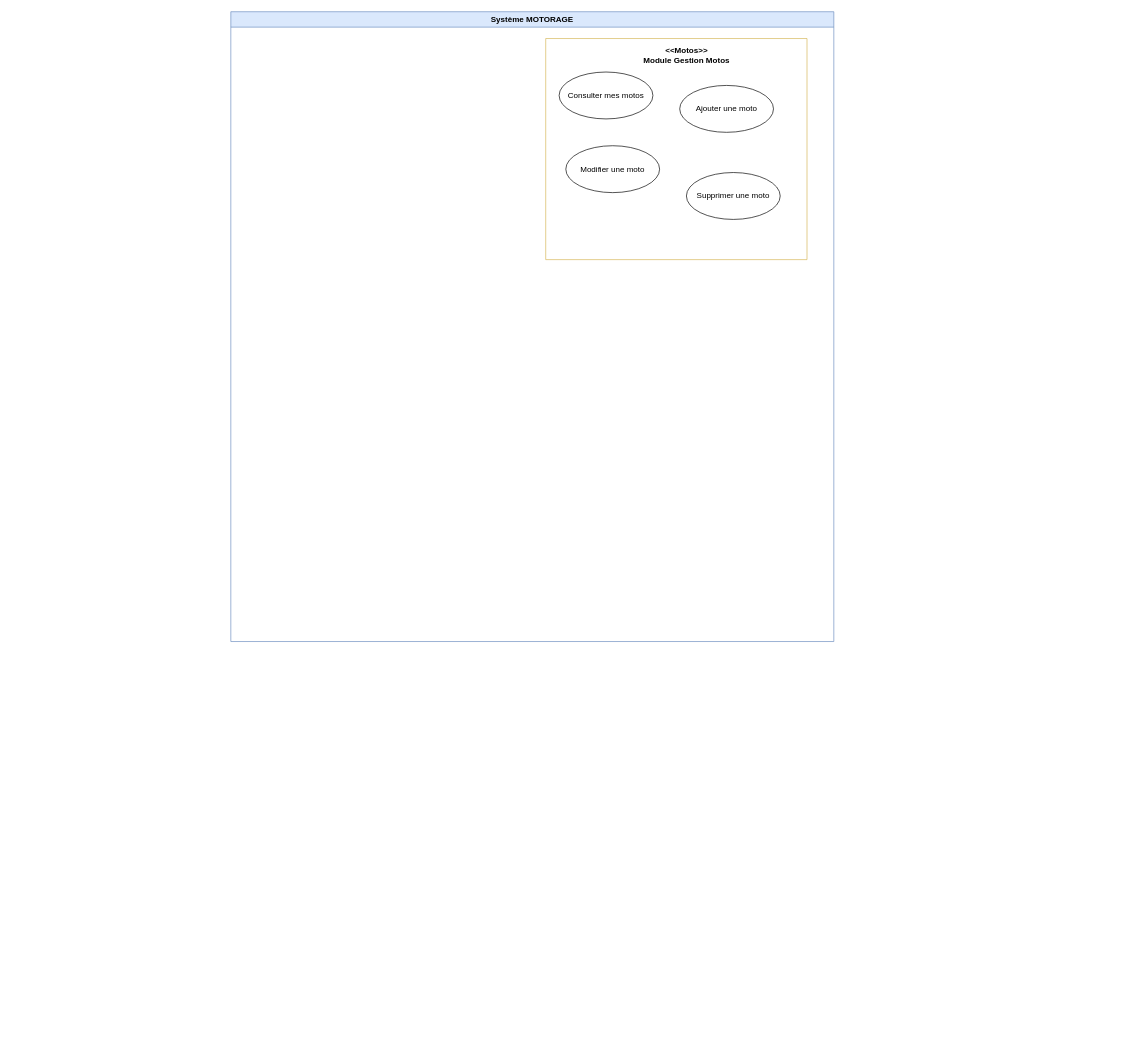
Above: page "usecases" (1 of 2) of docs/uml/usecases/Usecase Diagram.drawio in Profzen/motorage-web (draw.io), before the change. Source tidied: cells renumbered, new cells numbered last; positions are measured from the earlier drawing's top-left corner, leaving out a move shared by most shapes. Both pictures are drawn from the tidied source at 67%, with x=0, y=0 at pixel (230, 11).
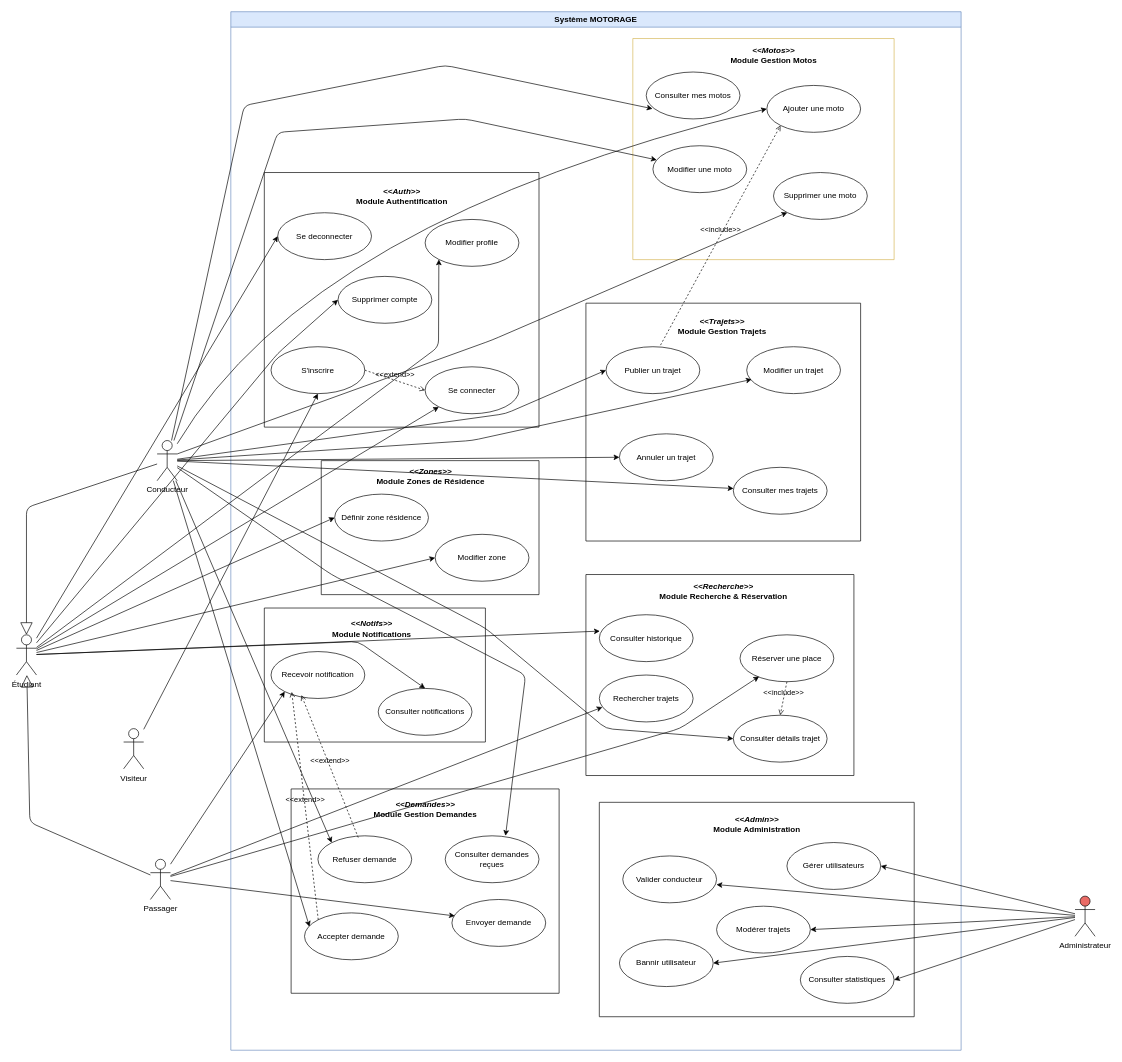
The same page after the edit.

The change refers to these unchanged cells:
```xml
<mxCell id="5" value="Consulter mes motos" style="ellipse;whiteSpace=wrap;html=1;" parent="3" vertex="1">
  <mxGeometry x="20" y="50" width="140" height="70" as="geometry" />
</mxCell>
<mxCell id="6" value="Ajouter une moto" style="ellipse;whiteSpace=wrap;html=1;" parent="3" vertex="1">
  <mxGeometry x="200" y="70" width="140" height="70" as="geometry" />
</mxCell>
<mxCell id="7" value="Modifier une moto" style="ellipse;whiteSpace=wrap;html=1;" parent="3" vertex="1">
  <mxGeometry x="30" y="160" width="140" height="70" as="geometry" />
</mxCell>
<mxCell id="8" value="Supprimer une moto" style="ellipse;whiteSpace=wrap;html=1;" parent="3" vertex="1">
  <mxGeometry x="210" y="200" width="140" height="70" as="geometry" />
</mxCell>
```

What changed in the source:
```diff
@@
     <mxCell id="2" value="Système MOTORAGE" style="swimlane;whiteSpace=wrap;html=1;startSize=23;fillColor=#dae8fc;strokeColor=#6c8ebf;" parent="1" vertex="1">
-      <mxGeometry width="900" height="940" as="geometry" />
+      <mxGeometry width="1090" height="1550" as="geometry" />
     </mxCell>
     <mxCell id="3" style="swimlane;startSize=0;glass=0;fillColor=#fff2cc;strokeColor=#d6b656;" parent="2" vertex="1">
-      <mxGeometry x="470" y="40" width="390" height="330" as="geometry" />
+      <mxGeometry x="600" y="40" width="390" height="330" as="geometry" />
     </mxCell>
-    <mxCell id="4" value="&amp;lt;&amp;lt;Motos&amp;gt;&amp;gt;&lt;br&gt;Module Gestion Motos" style="text;align=center;fontStyle=1;verticalAlign=middle;spacingLeft=3;spacingRight=3;strokeColor=none;html=1;" parent="3" vertex="1">
+    <mxCell id="4" value="&lt;i&gt;&amp;lt;&amp;lt;Motos&amp;gt;&amp;gt;&lt;/i&gt;&lt;br&gt;Module Gestion Motos" style="text;align=center;fontStyle=1;verticalAlign=middle;spacingLeft=3;spacingRight=3;strokeColor=none;html=1;" parent="3" vertex="1">
       <mxGeometry x="140" y="10" width="140" height="30" as="geometry" />
     </mxCell>
@@
+    <mxCell id="9" style="swimlane;startSize=0;" parent="2" vertex="1">
+      <mxGeometry x="50" y="240" width="410" height="380" as="geometry" />
+    </mxCell>
+    <mxCell id="10" value="&lt;i&gt;&amp;lt;&amp;lt;Auth&amp;gt;&amp;gt;&lt;/i&gt;&lt;br&gt;Module Authentification" style="text;align=center;fontStyle=1;verticalAlign=middle;spacingLeft=3;spacingRight=3;strokeColor=none;html=1;" parent="9" vertex="1">
+      <mxGeometry x="125" y="21" width="160" height="28" as="geometry" />
+    </mxCell>
+    <mxCell id="11" value="Se deconnecter" style="ellipse;whiteSpace=wrap;html=1;" parent="9" vertex="1">
+      <mxGeometry x="20" y="60" width="140" height="70" as="geometry" />
+    </mxCell>
+    <mxCell id="12" value="Supprimer compte" style="ellipse;whiteSpace=wrap;html=1;" parent="9" vertex="1">
+      <mxGeometry x="110" y="155" width="140" height="70" as="geometry" />
+    </mxCell>
+    <mxCell id="13" value="S'inscrire" style="ellipse;whiteSpace=wrap;html=1;" parent="9" vertex="1">
+      <mxGeometry x="10" y="260" width="140" height="70" as="geometry" />
+    </mxCell>
+    <mxCell id="14" value="Modifier profile" style="ellipse;whiteSpace=wrap;html=1;" parent="9" vertex="1">
+      <mxGeometry x="240" y="70" width="140" height="70" as="geometry" />
+    </mxCell>
+    <mxCell id="15" value="Se connecter" style="ellipse;whiteSpace=wrap;html=1;" parent="9" vertex="1">
+      <mxGeometry x="240" y="290" width="140" height="70" as="geometry" />
+    </mxCell>
+    <mxCell id="16" value="&amp;lt;&amp;lt;extend&amp;gt;&amp;gt;" style="html=1;verticalAlign=bottom;labelBackgroundColor=none;endArrow=open;endFill=0;dashed=1;rounded=0;entryX=0;entryY=0.5;entryDx=0;entryDy=0;exitX=1;exitY=0.5;exitDx=0;exitDy=0;" parent="9" edge="1" source="13" target="15">
+      <mxGeometry relative="1" as="geometry" />
+    </mxCell>
+    <mxCell id="17" style="swimlane;startSize=0;" parent="2" vertex="1">
+      <mxGeometry x="530" y="435" width="410" height="355" as="geometry" />
+    </mxCell>
+    <mxCell id="18" value="&lt;i&gt;&amp;lt;&amp;lt;Trajets&amp;gt;&amp;gt;&lt;/i&gt;&lt;div&gt;Module Gestion Trajets&lt;/div&gt;" style="text;align=center;fontStyle=1;verticalAlign=middle;spacingLeft=3;spacingRight=3;strokeColor=none;html=1;" parent="17" vertex="1">
+      <mxGeometry x="125" y="22" width="155" height="26" as="geometry" />
+    </mxCell>
+    <mxCell id="19" value="Publier un trajet" style="ellipse;whiteSpace=wrap;html=1;" parent="17" vertex="1">
+      <mxGeometry x="30" y="65" width="140" height="70" as="geometry" />
+    </mxCell>
+    <mxCell id="20" value="Annuler un trajet" style="ellipse;whiteSpace=wrap;html=1;" parent="17" vertex="1">
+      <mxGeometry x="50" y="195" width="140" height="70" as="geometry" />
+    </mxCell>
+    <mxCell id="21" value="Modifier un trajet" style="ellipse;whiteSpace=wrap;html=1;" parent="17" vertex="1">
+      <mxGeometry x="240" y="65" width="140" height="70" as="geometry" />
+    </mxCell>
+    <mxCell id="22" value="Consulter mes trajets" style="ellipse;whiteSpace=wrap;html=1;" parent="17" vertex="1">
+      <mxGeometry x="220" y="245" width="140" height="70" as="geometry" />
+    </mxCell>
+    <mxCell id="23" style="swimlane;startSize=0;" parent="2" vertex="1">
+      <mxGeometry x="135" y="670" width="325" height="200" as="geometry" />
+    </mxCell>
+    <mxCell id="24" value="&lt;i&gt;&amp;lt;&amp;lt;Zones&amp;gt;&amp;gt;&lt;/i&gt;&lt;div&gt;Module Zones de Résidence&lt;/div&gt;" style="text;align=center;fontStyle=1;verticalAlign=middle;spacingLeft=3;spacingRight=3;strokeColor=none;html=1;" parent="23" vertex="1">
+      <mxGeometry x="74" y="10" width="177" height="26" as="geometry" />
+    </mxCell>
+    <mxCell id="25" value="Définir zone résidence" style="ellipse;whiteSpace=wrap;html=1;" parent="23" vertex="1">
+      <mxGeometry x="20" y="50" width="140" height="70" as="geometry" />
+    </mxCell>
+    <mxCell id="26" value="Modifier zone" style="ellipse;whiteSpace=wrap;html=1;" parent="23" vertex="1">
+      <mxGeometry x="170" y="110" width="140" height="70" as="geometry" />
+    </mxCell>
+    <mxCell id="27" style="swimlane;startSize=0;" parent="2" vertex="1">
+      <mxGeometry x="530" y="840" width="400" height="300" as="geometry" />
+    </mxCell>
+    <mxCell id="28" value="&lt;i&gt;&amp;lt;&amp;lt;Recherche&amp;gt;&amp;gt;&lt;/i&gt;&lt;div&gt;Module Recherche &amp;amp; Réservation&lt;/div&gt;" style="text;align=center;fontStyle=1;verticalAlign=middle;spacingLeft=3;spacingRight=3;strokeColor=none;html=1;" parent="27" vertex="1">
+      <mxGeometry x="102.5" y="10" width="205" height="30" as="geometry" />
+    </mxCell>
+    <mxCell id="29" value="Consulter historique" style="ellipse;whiteSpace=wrap;html=1;" parent="27" vertex="1">
+      <mxGeometry x="20" y="60" width="140" height="70" as="geometry" />
+    </mxCell>
+    <mxCell id="30" value="Rechercher trajets" style="ellipse;whiteSpace=wrap;html=1;" parent="27" vertex="1">
+      <mxGeometry x="20" y="150" width="140" height="70" as="geometry" />
+    </mxCell>
+    <mxCell id="31" value="Consulter détails trajet" style="ellipse;whiteSpace=wrap;html=1;" parent="27" vertex="1">
+      <mxGeometry x="220" y="210" width="140" height="70" as="geometry" />
+    </mxCell>
+    <mxCell id="32" value="Réserver une place" style="ellipse;whiteSpace=wrap;html=1;" parent="27" vertex="1">
+      <mxGeometry x="230" y="90" width="140" height="70" as="geometry" />
+    </mxCell>
+    <mxCell id="33" value="&amp;lt;&amp;lt;include&amp;gt;&amp;gt;" style="html=1;verticalAlign=bottom;labelBackgroundColor=none;endArrow=open;endFill=0;dashed=1;rounded=0;exitX=0.5;exitY=1;exitDx=0;exitDy=0;entryX=0.5;entryY=0;entryDx=0;entryDy=0;" parent="27" edge="1" source="32" target="31">
+      <mxGeometry relative="1" as="geometry" />
+    </mxCell>
+    <mxCell id="34" style="swimlane;startSize=0;" parent="2" vertex="1">
+      <mxGeometry x="90" y="1160" width="400" height="305" as="geometry" />
+    </mxCell>
+    <mxCell id="35" value="&lt;i&gt;&amp;lt;&amp;lt;Demandes&amp;gt;&amp;gt;&lt;/i&gt;&lt;div&gt;Module Gestion Demandes&lt;/div&gt;" style="text;align=center;fontStyle=1;verticalAlign=middle;spacingLeft=3;spacingRight=3;strokeColor=none;html=1;" parent="34" vertex="1">
+      <mxGeometry x="110" y="17" width="180" height="26" as="geometry" />
+    </mxCell>
+    <mxCell id="36" value="Refuser demande" style="ellipse;whiteSpace=wrap;html=1;" parent="34" vertex="1">
+      <mxGeometry x="40" y="70" width="140" height="70" as="geometry" />
+    </mxCell>
+    <mxCell id="37" value="Accepter demande" style="ellipse;whiteSpace=wrap;html=1;" parent="34" vertex="1">
+      <mxGeometry x="20" y="185" width="140" height="70" as="geometry" />
+    </mxCell>
+    <mxCell id="38" value="Consulter demandes reçues" style="ellipse;whiteSpace=wrap;html=1;" parent="34" vertex="1">
+      <mxGeometry x="230" y="70" width="140" height="70" as="geometry" />
+    </mxCell>
+    <mxCell id="39" value="Envoyer demande" style="ellipse;whiteSpace=wrap;html=1;" parent="34" vertex="1">
+      <mxGeometry x="240" y="165" width="140" height="70" as="geometry" />
+    </mxCell>
+    <mxCell id="40" style="swimlane;startSize=0;" parent="2" vertex="1">
+      <mxGeometry x="50" y="890" width="330" height="200" as="geometry" />
+    </mxCell>
+    <mxCell id="41" value="&lt;i&gt;&amp;lt;&amp;lt;Notifs&amp;gt;&amp;gt;&lt;/i&gt;&lt;div&gt;Module Notifications&lt;/div&gt;" style="text;align=center;fontStyle=1;verticalAlign=middle;spacingLeft=3;spacingRight=3;strokeColor=none;html=1;" parent="40" vertex="1">
+      <mxGeometry x="92.5" y="15" width="135" height="31" as="geometry" />
+    </mxCell>
+    <mxCell id="42" value="Recevoir notification" style="ellipse;whiteSpace=wrap;html=1;" parent="40" vertex="1">
+      <mxGeometry x="10" y="65" width="140" height="70" as="geometry" />
+    </mxCell>
+    <mxCell id="43" value="Consulter notifications" style="ellipse;whiteSpace=wrap;html=1;" parent="40" vertex="1">
+      <mxGeometry x="170" y="120" width="140" height="70" as="geometry" />
+    </mxCell>
+    <mxCell id="44" style="swimlane;startSize=0;" parent="2" vertex="1">
+      <mxGeometry x="550" y="1180" width="470" height="320" as="geometry" />
+    </mxCell>
+    <mxCell id="45" value="&lt;i&gt;&amp;lt;&amp;lt;Admin&amp;gt;&amp;gt;&lt;/i&gt;&lt;div&gt;Module Administration&lt;/div&gt;" style="text;align=center;fontStyle=1;verticalAlign=middle;spacingLeft=3;spacingRight=3;strokeColor=none;html=1;" parent="44" vertex="1">
+      <mxGeometry x="155" y="20" width="160" height="26" as="geometry" />
+    </mxCell>
+    <mxCell id="46" value="Valider conducteur" style="ellipse;whiteSpace=wrap;html=1;" parent="44" vertex="1">
+      <mxGeometry x="35" y="80" width="140" height="70" as="geometry" />
+    </mxCell>
+    <mxCell id="47" value="Bannir utilisateur" style="ellipse;whiteSpace=wrap;html=1;" parent="44" vertex="1">
+      <mxGeometry x="30" y="205" width="140" height="70" as="geometry" />
+    </mxCell>
+    <mxCell id="48" value="Modérer trajets" style="ellipse;whiteSpace=wrap;html=1;" parent="44" vertex="1">
+      <mxGeometry x="175" y="155" width="140" height="70" as="geometry" />
+    </mxCell>
+    <mxCell id="49" value="Consulter statistiques" style="ellipse;whiteSpace=wrap;html=1;" parent="44" vertex="1">
+      <mxGeometry x="300" y="230" width="140" height="70" as="geometry" />
+    </mxCell>
+    <mxCell id="50" value="Gérer utilisateurs" style="ellipse;whiteSpace=wrap;html=1;" parent="44" vertex="1">
+      <mxGeometry x="280" y="60" width="140" height="70" as="geometry" />
+    </mxCell>
+    <mxCell id="51" value="&amp;lt;&amp;lt;include&amp;gt;&amp;gt;" style="html=1;verticalAlign=bottom;labelBackgroundColor=none;endArrow=open;endFill=0;dashed=1;rounded=0;exitX=0.581;exitY=-0.034;exitDx=0;exitDy=0;exitPerimeter=0;entryX=0;entryY=1;entryDx=0;entryDy=0;" parent="2" edge="1" source="19" target="6">
+      <mxGeometry relative="1" as="geometry" />
+    </mxCell>
+    <mxCell id="52" value="&amp;lt;&amp;lt;extend&amp;gt;&amp;gt;" style="html=1;verticalAlign=bottom;labelBackgroundColor=none;endArrow=open;endFill=0;dashed=1;rounded=0;exitX=0.43;exitY=0.037;exitDx=0;exitDy=0;exitPerimeter=0;entryX=0.324;entryY=0.929;entryDx=0;entryDy=0;entryPerimeter=0;" parent="2" edge="1" source="36" target="42">
+      <mxGeometry relative="1" as="geometry" />
+    </mxCell>
+    <mxCell id="53" value="&amp;lt;&amp;lt;extend&amp;gt;&amp;gt;" style="html=1;verticalAlign=bottom;labelBackgroundColor=none;endArrow=open;endFill=0;dashed=1;rounded=0;exitX=0;exitY=0;exitDx=0;exitDy=0;entryX=0.221;entryY=0.86;entryDx=0;entryDy=0;entryPerimeter=0;" parent="2" edge="1" source="37" target="42">
+      <mxGeometry relative="1" as="geometry" />
+    </mxCell>
+    <mxCell id="54" value="Administrateur" style="shape=umlActor;verticalLabelPosition=bottom;verticalAlign=top;html=1;fillColor=#EA6B66;" parent="1" vertex="1">
+      <mxGeometry x="1260" y="1320" width="30" height="60" as="geometry" />
+    </mxCell>
+    <mxCell id="55" style="endArrow=classic;html=1;rounded=0;entryX=1;entryY=0.5;entryDx=0;entryDy=0;" parent="1" edge="1" source="54" target="50">
+      <mxGeometry relative="1" as="geometry" />
+    </mxCell>
+    <mxCell id="56" style="endArrow=classic;html=1;rounded=0;entryX=1;entryY=0.5;entryDx=0;entryDy=0;" parent="1" edge="1" source="54" target="48">
+      <mxGeometry relative="1" as="geometry" />
+    </mxCell>
+    <mxCell id="57" style="endArrow=classic;html=1;rounded=0;entryX=1;entryY=0.5;entryDx=0;entryDy=0;" parent="1" edge="1" source="54" target="49">
+      <mxGeometry relative="1" as="geometry" />
+    </mxCell>
+    <mxCell id="58" style="endArrow=classic;html=1;rounded=0;entryX=1;entryY=0.5;entryDx=0;entryDy=0;" parent="1" edge="1" source="54" target="47">
+      <mxGeometry relative="1" as="geometry" />
+    </mxCell>
+    <mxCell id="59" style="endArrow=classic;html=1;rounded=0;entryX=0.999;entryY=0.611;entryDx=0;entryDy=0;entryPerimeter=0;" parent="1" edge="1" source="54" target="46">
+      <mxGeometry relative="1" as="geometry" />
+    </mxCell>
+    <mxCell id="60" value="Étudiant" style="shape=umlActor;verticalLabelPosition=bottom;verticalAlign=top;html=1;outlineConnect=0;" parent="1" vertex="1">
+      <mxGeometry x="-320" y="930" width="30" height="60" as="geometry" />
+    </mxCell>
+    <mxCell id="61" value="Visiteur" style="shape=umlActor;verticalLabelPosition=bottom;verticalAlign=top;html=1;outlineConnect=0;" parent="1" vertex="1">
+      <mxGeometry x="-160" y="1070" width="30" height="60" as="geometry" />
+    </mxCell>
+    <mxCell id="62" value="Conducteur" style="shape=umlActor;verticalLabelPosition=bottom;verticalAlign=top;html=1;outlineConnect=0;" parent="1" vertex="1">
+      <mxGeometry x="-110" y="640" width="30" height="60" as="geometry" />
+    </mxCell>
+    <mxCell id="63" value="Passager" style="shape=umlActor;verticalLabelPosition=bottom;verticalAlign=top;html=1;outlineConnect=0;" parent="1" vertex="1">
+      <mxGeometry x="-120" y="1265" width="30" height="60" as="geometry" />
+    </mxCell>
+    <mxCell id="64" style="endArrow=block;endSize=16;endFill=0;html=1;rounded=1;curved=0;" parent="1" edge="1" source="63" target="60">
+      <mxGeometry relative="1" as="geometry">
+        <Array as="points">
+          <mxPoint x="-300" y="1210" />
+        </Array>
+      </mxGeometry>
+    </mxCell>
+    <mxCell id="65" style="endArrow=block;endSize=16;endFill=0;html=1;rounded=1;curved=0;" parent="1" edge="1" source="62" target="60">
+      <mxGeometry relative="1" as="geometry">
+        <Array as="points">
+          <mxPoint x="-305" y="740" />
+        </Array>
+      </mxGeometry>
+    </mxCell>
+    <mxCell id="66" style="endArrow=classic;html=1;rounded=1;entryX=0;entryY=0.5;entryDx=0;entryDy=0;curved=0;" parent="1" edge="1" source="62" target="19">
+      <mxGeometry relative="1" as="geometry">
+        <Array as="points">
+          <mxPoint x="410" y="600" />
+        </Array>
+      </mxGeometry>
+    </mxCell>
+    <mxCell id="67" style="endArrow=classic;html=1;rounded=0;entryX=0;entryY=0.5;entryDx=0;entryDy=0;" parent="1" edge="1" target="20">
+      <mxGeometry relative="1" as="geometry">
+        <mxPoint x="-80" y="670" as="sourcePoint" />
+      </mxGeometry>
+    </mxCell>
+    <mxCell id="68" style="endArrow=classic;html=1;rounded=0;" parent="1" edge="1" source="62" target="22">
+      <mxGeometry relative="1" as="geometry" />
+    </mxCell>
+    <mxCell id="69" style="endArrow=classic;html=1;rounded=1;curved=0;" parent="1" edge="1" source="62" target="7">
+      <mxGeometry relative="1" as="geometry">
+        <Array as="points">
+          <mxPoint x="70" y="180" />
+          <mxPoint x="350" y="160" />
+        </Array>
+      </mxGeometry>
+    </mxCell>
+    <mxCell id="70" style="endArrow=classic;html=1;rounded=1;entryX=0.067;entryY=0.783;entryDx=0;entryDy=0;entryPerimeter=0;curved=0;" parent="1" edge="1" source="62" target="5">
+      <mxGeometry relative="1" as="geometry">
+        <Array as="points">
+          <mxPoint x="20" y="140" />
+          <mxPoint x="320" y="80" />
+        </Array>
+      </mxGeometry>
+    </mxCell>
+    <mxCell id="71" style="endArrow=classic;html=1;rounded=0;entryX=0;entryY=0.5;entryDx=0;entryDy=0;curved=1;" parent="1" edge="1" source="62" target="6">
+      <mxGeometry relative="1" as="geometry">
+        <Array as="points">
+          <mxPoint x="120" y="310" />
+        </Array>
+      </mxGeometry>
+    </mxCell>
+    <mxCell id="72" style="endArrow=classic;html=1;rounded=1;entryX=0;entryY=1;entryDx=0;entryDy=0;exitX=1;exitY=0.3333333333333333;exitDx=0;exitDy=0;exitPerimeter=0;curved=0;" parent="1" edge="1" source="62" target="8">
+      <mxGeometry relative="1" as="geometry">
+        <Array as="points">
+          <mxPoint x="390" y="490" />
+        </Array>
+      </mxGeometry>
+    </mxCell>
+    <mxCell id="73" style="endArrow=classic;html=1;rounded=1;entryX=0.053;entryY=0.697;entryDx=0;entryDy=0;entryPerimeter=0;curved=0;" parent="1" edge="1" source="62" target="21">
+      <mxGeometry relative="1" as="geometry">
+        <Array as="points">
+          <mxPoint x="360" y="640" />
+        </Array>
+      </mxGeometry>
+    </mxCell>
+    <mxCell id="74" style="endArrow=classic;html=1;rounded=0;entryX=0;entryY=0;entryDx=0;entryDy=0;" parent="1" edge="1" source="62" target="36">
+      <mxGeometry relative="1" as="geometry" />
+    </mxCell>
+    <mxCell id="75" style="endArrow=classic;html=1;rounded=1;entryX=0.643;entryY=0;entryDx=0;entryDy=0;entryPerimeter=0;curved=0;" parent="1" edge="1" source="62" target="38">
+      <mxGeometry relative="1" as="geometry">
+        <Array as="points">
+          <mxPoint x="150" y="840" />
+          <mxPoint x="440" y="990" />
+        </Array>
+      </mxGeometry>
+    </mxCell>
+    <mxCell id="76" style="endArrow=classic;html=1;rounded=0;entryX=0.053;entryY=0.294;entryDx=0;entryDy=0;entryPerimeter=0;" parent="1" edge="1" source="62" target="37">
+      <mxGeometry relative="1" as="geometry" />
+    </mxCell>
+    <mxCell id="77" style="endArrow=classic;html=1;rounded=1;entryX=0;entryY=0.5;entryDx=0;entryDy=0;curved=0;" parent="1" edge="1" source="62" target="31">
+      <mxGeometry relative="1" as="geometry">
+        <Array as="points">
+          <mxPoint x="380" y="920" />
+          <mxPoint x="560" y="1070" />
+        </Array>
+      </mxGeometry>
+    </mxCell>
+    <mxCell id="78" style="endArrow=classic;html=1;rounded=0;entryX=0.5;entryY=1;entryDx=0;entryDy=0;" parent="1" edge="1" source="61" target="13">
+      <mxGeometry relative="1" as="geometry" />
+    </mxCell>
+    <mxCell id="79" style="endArrow=classic;html=1;rounded=0;entryX=0.033;entryY=0.685;entryDx=0;entryDy=0;entryPerimeter=0;" parent="1" edge="1" source="63" target="30">
+      <mxGeometry relative="1" as="geometry" />
+    </mxCell>
+    <mxCell id="80" style="endArrow=classic;html=1;rounded=1;entryX=0.203;entryY=0.889;entryDx=0;entryDy=0;entryPerimeter=0;curved=0;" parent="1" edge="1" source="63" target="32">
+      <mxGeometry relative="1" as="geometry">
+        <Array as="points">
+          <mxPoint x="670" y="1070" />
+        </Array>
+      </mxGeometry>
+    </mxCell>
+    <mxCell id="81" style="endArrow=classic;html=1;rounded=0;entryX=0.031;entryY=0.351;entryDx=0;entryDy=0;entryPerimeter=0;" parent="1" edge="1" source="63" target="39">
+      <mxGeometry relative="1" as="geometry" />
+    </mxCell>
+    <mxCell id="82" style="endArrow=classic;html=1;rounded=0;entryX=0;entryY=1;entryDx=0;entryDy=0;" parent="1" edge="1" source="63" target="42">
+      <mxGeometry relative="1" as="geometry" />
+    </mxCell>
+    <mxCell id="83" style="endArrow=classic;html=1;rounded=0;entryX=0;entryY=0.5;entryDx=0;entryDy=0;" parent="1" edge="1" source="60" target="11">
+      <mxGeometry relative="1" as="geometry" />
+    </mxCell>
+    <mxCell id="84" style="endArrow=classic;html=1;rounded=1;entryX=0;entryY=0.5;entryDx=0;entryDy=0;curved=0;" parent="1" edge="1" source="60" target="12">
+      <mxGeometry relative="1" as="geometry">
+        <Array as="points">
+          <mxPoint x="70" y="510" />
+        </Array>
+      </mxGeometry>
+    </mxCell>
+    <mxCell id="85" style="endArrow=classic;html=1;rounded=1;entryX=0;entryY=1;entryDx=0;entryDy=0;curved=0;" parent="1" edge="1" source="60" target="14">
+      <mxGeometry relative="1" as="geometry">
+        <Array as="points">
+          <mxPoint x="310" y="500" />
+        </Array>
+      </mxGeometry>
+    </mxCell>
+    <mxCell id="86" style="endArrow=classic;html=1;rounded=0;entryX=0;entryY=1;entryDx=0;entryDy=0;" parent="1" edge="1" source="60" target="15">
+      <mxGeometry relative="1" as="geometry" />
+    </mxCell>
+    <mxCell id="87" style="endArrow=classic;html=1;rounded=1;entryX=0.5;entryY=0;entryDx=0;entryDy=0;curved=0;" parent="1" edge="1" source="60" target="43">
+      <mxGeometry relative="1" as="geometry">
+        <Array as="points">
+          <mxPoint x="190" y="940" />
+        </Array>
+      </mxGeometry>
+    </mxCell>
+    <mxCell id="88" style="endArrow=classic;html=1;rounded=0;entryX=0;entryY=0.5;entryDx=0;entryDy=0;" parent="1" edge="1" source="60" target="25">
+      <mxGeometry relative="1" as="geometry" />
+    </mxCell>
+    <mxCell id="89" style="endArrow=classic;html=1;rounded=0;entryX=0;entryY=0.5;entryDx=0;entryDy=0;" parent="1" edge="1" source="60" target="26">
+      <mxGeometry relative="1" as="geometry" />
+    </mxCell>
+    <mxCell id="90" style="endArrow=classic;html=1;rounded=0;entryX=0.005;entryY=0.349;entryDx=0;entryDy=0;entryPerimeter=0;" parent="1" edge="1" source="60" target="29">
+      <mxGeometry relative="1" as="geometry" />
+    </mxCell>
```
